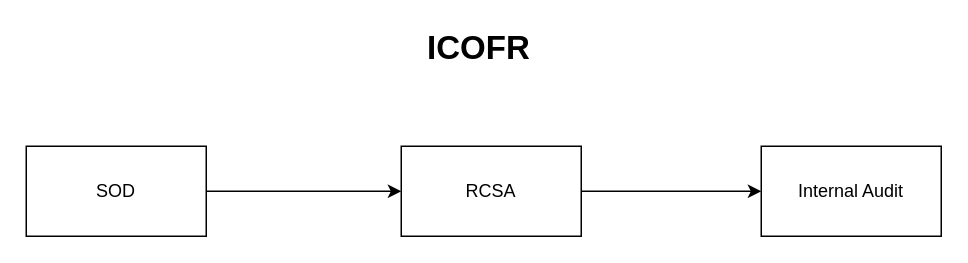
AvikM1996/draw.io keeps this draw.io diagram as page "ICOFR Flow" (1 of 10) of ICOFR.drawio. Above is the earlier version. Source tidied: cells renumbered, new cells numbered last; positions are measured from the earlier drawing's top-left corner, leaving out a move shared by most shapes. Both pictures are drawn from the tidied source at 150%, with x=0, y=0 at pixel (26, 26).
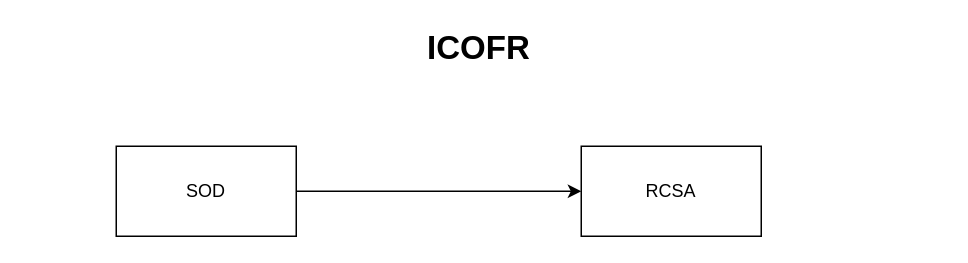
After the change.

The edit, as a diff of the source:
```diff
@@
 <mxGraphModel>
   <root>
     <mxCell id="0" />
     <mxCell id="1" parent="0" />
     <mxCell id="2" style="edgeStyle=orthogonalEdgeStyle;rounded=0;jettySize=auto;html=1;exitX=1;exitY=0.5;exitDx=0;exitDy=0;" parent="1" edge="1" source="3" target="5">
       <mxGeometry relative="1" as="geometry" />
     </mxCell>
     <mxCell id="3" value="SOD" style="rounded=0;whiteSpace=wrap;html=1;" parent="1" vertex="1">
-      <mxGeometry y="80" width="120" height="60" as="geometry" />
+      <mxGeometry x="60" y="80" width="120" height="60" as="geometry" />
     </mxCell>
-    <mxCell id="4" style="edgeStyle=orthogonalEdgeStyle;rounded=0;jettySize=auto;html=1;exitX=1;exitY=0.5;exitDx=0;exitDy=0;" parent="1" edge="1" source="5" target="6">
-      <mxGeometry relative="1" as="geometry" />
-    </mxCell>
     <mxCell id="5" value="RCSA" style="rounded=0;whiteSpace=wrap;html=1;" parent="1" vertex="1">
-      <mxGeometry x="250" y="80" width="120" height="60" as="geometry" />
+      <mxGeometry x="370" y="80" width="120" height="60" as="geometry" />
     </mxCell>
-    <mxCell id="6" value="Internal Audit" style="rounded=0;whiteSpace=wrap;html=1;" parent="1" vertex="1">
-      <mxGeometry x="490" y="80" width="120" height="60" as="geometry" />
-    </mxCell>
     <mxCell id="7" value="&lt;font style=&quot;font-size: 22px;&quot;&gt;&lt;b&gt;ICOFR&amp;nbsp;&lt;/b&gt;&lt;/font&gt;" style="text;html=1;whiteSpace=wrap;strokeColor=none;fillColor=none;align=center;verticalAlign=middle;rounded=0;" parent="1" vertex="1">
       <mxGeometry x="275" width="60" height="30" as="geometry" />
     </mxCell>
   </root>
 </mxGraphModel>
```
